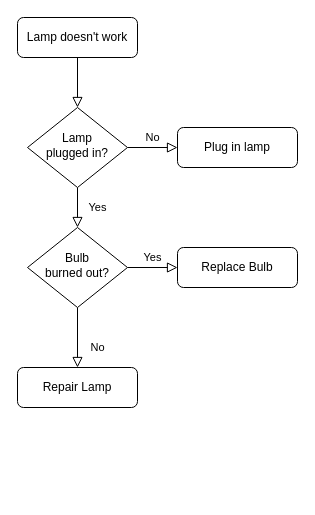
Earlier version of the draw.io diagram 未命名绘图.drawio (JBpeople/pictures). Source tidied: cells renumbered, new cells numbered last; positions are measured from the earlier drawing's top-left corner, leaving out a move shared by most shapes. Both pictures are drawn from the tidied source at 100%, with x=0, y=0 at pixel (17, 17).
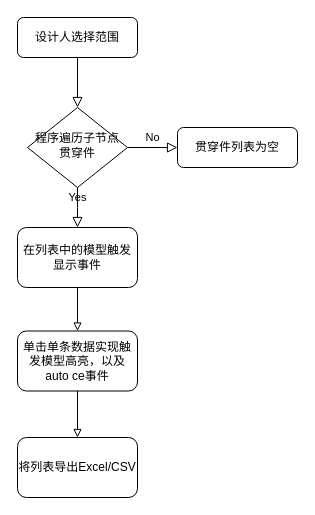
The same diagram, later.

Commit message:
贯穿件流程图.drawio

Change to the diagram source:
```diff
@@
 <mxGraphModel>
   <root>
     <mxCell id="0" />
     <mxCell id="1" parent="0" />
     <mxCell id="2" style="rounded=0;html=1;jettySize=auto;fontSize=11;endArrow=block;endFill=0;endSize=8;strokeWidth=1;shadow=0;labelBackgroundColor=none;edgeStyle=orthogonalEdgeStyle;" parent="1" edge="1" source="3" target="6">
       <mxGeometry relative="1" as="geometry" />
     </mxCell>
-    <mxCell id="3" value="Lamp doesn't work" style="rounded=1;whiteSpace=wrap;html=1;fontSize=12;glass=0;strokeWidth=1;shadow=0;" parent="1" vertex="1">
+    <mxCell id="3" value="设计人选择范围" style="rounded=1;whiteSpace=wrap;html=1;fontSize=12;glass=0;strokeWidth=1;shadow=0;" parent="1" vertex="1">
       <mxGeometry width="120" height="40" as="geometry" />
     </mxCell>
-    <mxCell id="4" value="Yes" style="rounded=0;html=1;jettySize=auto;fontSize=11;endArrow=block;endFill=0;endSize=8;strokeWidth=1;shadow=0;labelBackgroundColor=none;edgeStyle=orthogonalEdgeStyle;" parent="1" edge="1" source="6" target="10">
-      <mxGeometry y="20" relative="1" as="geometry" />
+    <mxCell id="4" value="Yes" style="rounded=0;html=1;jettySize=auto;fontSize=11;endArrow=block;endFill=0;endSize=8;strokeWidth=1;shadow=0;labelBackgroundColor=none;edgeStyle=orthogonalEdgeStyle;" parent="1" edge="1" source="6">
+      <mxGeometry x="0.01" y="10" relative="1" as="geometry">
+        <mxPoint x="60" y="210" as="targetPoint" />
+      </mxGeometry>
     </mxCell>
     <mxCell id="5" value="No" style="edgeStyle=orthogonalEdgeStyle;rounded=0;html=1;jettySize=auto;fontSize=11;endArrow=block;endFill=0;endSize=8;strokeWidth=1;shadow=0;labelBackgroundColor=none;" parent="1" edge="1" source="6" target="7">
       <mxGeometry y="10" relative="1" as="geometry" />
     </mxCell>
-    <mxCell id="6" value="Lamp&lt;br&gt;plugged in?" style="rhombus;whiteSpace=wrap;html=1;shadow=0;fontFamily=Helvetica;fontSize=12;align=center;strokeWidth=1;spacing=6;spacingTop=-4;" parent="1" vertex="1">
+    <mxCell id="6" value="程序遍历子节点贯穿件" style="rhombus;whiteSpace=wrap;html=1;shadow=0;fontFamily=Helvetica;fontSize=12;align=center;strokeWidth=1;spacing=6;spacingTop=-4;" parent="1" vertex="1">
       <mxGeometry x="10" y="90" width="100" height="80" as="geometry" />
     </mxCell>
-    <mxCell id="7" value="Plug in lamp" style="rounded=1;whiteSpace=wrap;html=1;fontSize=12;glass=0;strokeWidth=1;shadow=0;" parent="1" vertex="1">
+    <mxCell id="7" value="贯穿件列表为空" style="rounded=1;whiteSpace=wrap;html=1;fontSize=12;glass=0;strokeWidth=1;shadow=0;" parent="1" vertex="1">
       <mxGeometry x="160" y="110" width="120" height="40" as="geometry" />
     </mxCell>
-    <mxCell id="8" value="No" style="rounded=0;html=1;jettySize=auto;fontSize=11;endArrow=block;endFill=0;endSize=8;strokeWidth=1;shadow=0;labelBackgroundColor=none;edgeStyle=orthogonalEdgeStyle;" parent="1" edge="1" source="10" target="11">
-      <mxGeometry x="0.33" y="20" relative="1" as="geometry" />
-    </mxCell>
-    <mxCell id="9" value="Yes" style="edgeStyle=orthogonalEdgeStyle;rounded=0;html=1;jettySize=auto;fontSize=11;endArrow=block;endFill=0;endSize=8;strokeWidth=1;shadow=0;labelBackgroundColor=none;" parent="1" edge="1" source="10" target="12">
-      <mxGeometry y="10" relative="1" as="geometry" />
-    </mxCell>
-    <mxCell id="10" value="Bulb&lt;br&gt;burned out?" style="rhombus;whiteSpace=wrap;html=1;shadow=0;fontFamily=Helvetica;fontSize=12;align=center;strokeWidth=1;spacing=6;spacingTop=-4;" parent="1" vertex="1">
-      <mxGeometry x="10" y="210" width="100" height="80" as="geometry" />
-    </mxCell>
-    <mxCell id="11" value="Repair Lamp" style="rounded=1;whiteSpace=wrap;html=1;fontSize=12;glass=0;strokeWidth=1;shadow=0;" parent="1" vertex="1">
-      <mxGeometry y="350" width="120" height="40" as="geometry" />
-    </mxCell>
-    <mxCell id="12" value="Replace Bulb" style="rounded=1;whiteSpace=wrap;html=1;fontSize=12;glass=0;strokeWidth=1;shadow=0;" parent="1" vertex="1">
-      <mxGeometry x="160" y="230" width="120" height="40" as="geometry" />
-    </mxCell>
+    <mxCell id="13" style="edgeStyle=orthogonalEdgeStyle;rounded=0;jettySize=auto;html=1;endArrow=block;endFill=0;" parent="1" edge="1" source="14" target="16">
+      <mxGeometry relative="1" as="geometry" />
+    </mxCell>
+    <mxCell id="14" value="在列表中的模型触发显示事件" style="rounded=1;whiteSpace=wrap;html=1;" parent="1" vertex="1">
+      <mxGeometry y="210" width="120" height="60" as="geometry" />
+    </mxCell>
+    <mxCell id="15" style="edgeStyle=orthogonalEdgeStyle;rounded=0;jettySize=auto;html=1;endArrow=block;endFill=0;" parent="1" edge="1" source="16" target="17">
+      <mxGeometry relative="1" as="geometry" />
+    </mxCell>
+    <mxCell id="16" value="单击单条数据实现触发模型高亮，以及auto ce事件" style="rounded=1;whiteSpace=wrap;html=1;" parent="1" vertex="1">
+      <mxGeometry y="313.5" width="120" height="60" as="geometry" />
+    </mxCell>
+    <mxCell id="17" value="将列表导出Excel/CSV" style="rounded=1;whiteSpace=wrap;html=1;imageHeight=24;" parent="1" vertex="1">
+      <mxGeometry y="420" width="120" height="60" as="geometry" />
+    </mxCell>
   </root>
 </mxGraphModel>
```
